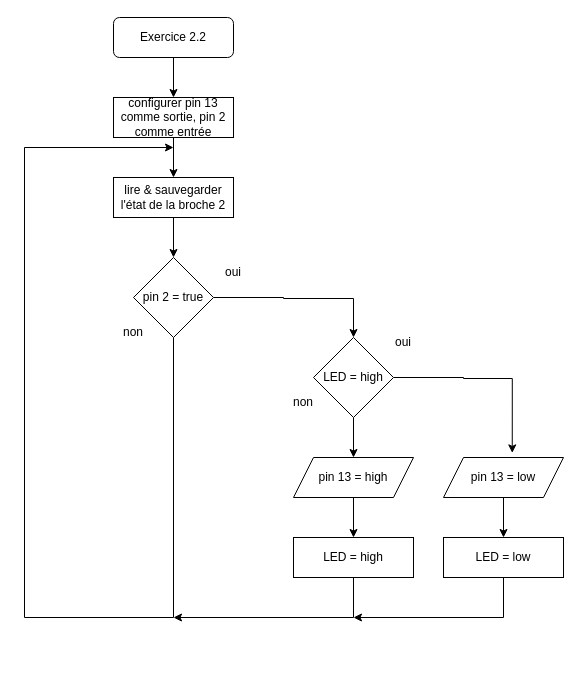
Earlier version of the draw.io diagram Ex 2.2.drawio (AlcalinePT/Arduino). Source tidied: cells renumbered, new cells numbered last; positions are measured from the earlier drawing's top-left corner, leaving out a move shared by most shapes. Both pictures are drawn from the tidied source at 100%, with x=0, y=0 at pixel (24, 17).
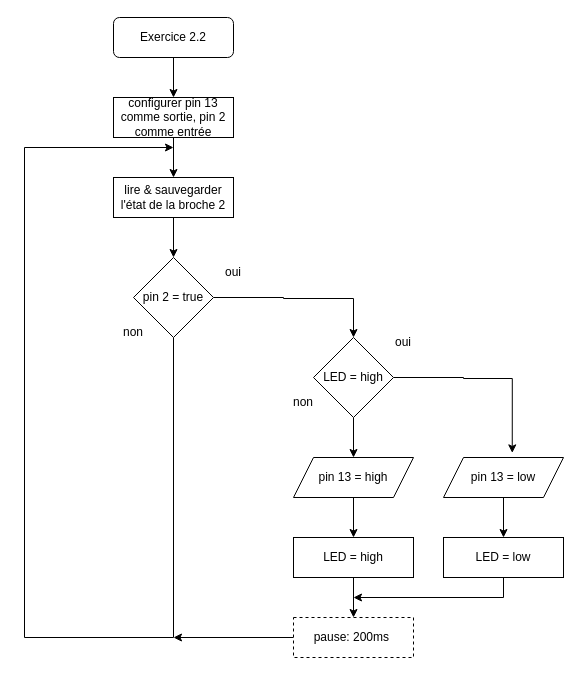
The same page after the edit.

The change refers to these unchanged cells:
```xml
<mxCell id="10" value="pin 2 = true" style="rhombus;whiteSpace=wrap;html=1;" parent="1" vertex="1">
  <mxGeometry x="109" y="240" width="80" height="80" as="geometry" />
</mxCell>
<mxCell id="23" value="LED = high" style="rounded=0;whiteSpace=wrap;html=1;" parent="1" vertex="1">
  <mxGeometry x="269" y="520" width="120" height="40" as="geometry" />
</mxCell>
<mxCell id="25" value="LED = low" style="rounded=0;whiteSpace=wrap;html=1;" parent="1" vertex="1">
  <mxGeometry x="419" y="520" width="120" height="40" as="geometry" />
</mxCell>
```

The edit, as a diff of the source:
```diff
@@
     <mxCell id="8" style="edgeStyle=orthogonalEdgeStyle;rounded=0;jettySize=auto;html=1;exitX=0.5;exitY=1;exitDx=0;exitDy=0;" parent="1" edge="1" source="10">
       <mxGeometry relative="1" as="geometry">
         <mxPoint x="149" y="130" as="targetPoint" />
         <Array as="points">
-          <mxPoint x="149" y="600" />
-          <mxPoint y="600" />
+          <mxPoint x="149" y="620" />
+          <mxPoint y="620" />
           <mxPoint y="130" />
         </Array>
       </mxGeometry>
     </mxCell>
@@
-    <mxCell id="22" style="edgeStyle=orthogonalEdgeStyle;rounded=0;jettySize=auto;html=1;exitX=0.5;exitY=1;exitDx=0;exitDy=0;" parent="1" edge="1" source="23">
-      <mxGeometry relative="1" as="geometry">
-        <mxPoint x="149" y="600" as="targetPoint" />
-        <Array as="points">
-          <mxPoint x="329" y="600" />
-        </Array>
-      </mxGeometry>
-    </mxCell>
+    <mxCell id="26" style="edgeStyle=orthogonalEdgeStyle;rounded=0;jettySize=auto;html=1;" parent="1" edge="1" source="23" target="29">
+      <mxGeometry relative="1" as="geometry" />
+    </mxCell>
@@
-    <mxCell id="24" style="edgeStyle=orthogonalEdgeStyle;rounded=0;jettySize=auto;html=1;exitX=0.5;exitY=1;exitDx=0;exitDy=0;" parent="1" edge="1" source="25">
-      <mxGeometry relative="1" as="geometry">
-        <mxPoint x="329" y="600" as="targetPoint" />
-        <Array as="points">
-          <mxPoint x="479" y="600" />
-        </Array>
-      </mxGeometry>
-    </mxCell>
+    <mxCell id="27" style="edgeStyle=orthogonalEdgeStyle;rounded=0;jettySize=auto;html=1;exitX=0.5;exitY=1;exitDx=0;exitDy=0;" parent="1" edge="1" source="25">
+      <mxGeometry relative="1" as="geometry">
+        <mxPoint x="329" y="580" as="targetPoint" />
+        <Array as="points">
+          <mxPoint x="479" y="580" />
+        </Array>
+      </mxGeometry>
+    </mxCell>
@@
+    <mxCell id="28" style="edgeStyle=orthogonalEdgeStyle;rounded=0;jettySize=auto;html=1;exitX=0;exitY=0.5;exitDx=0;exitDy=0;" parent="1" edge="1" source="29">
+      <mxGeometry relative="1" as="geometry">
+        <mxPoint x="149" y="620" as="targetPoint" />
+      </mxGeometry>
+    </mxCell>
+    <mxCell id="29" value="pause: 200ms&amp;nbsp;" style="rounded=0;whiteSpace=wrap;html=1;dashed=1;" parent="1" vertex="1">
+      <mxGeometry x="269" y="600" width="120" height="40" as="geometry" />
+    </mxCell>
```
